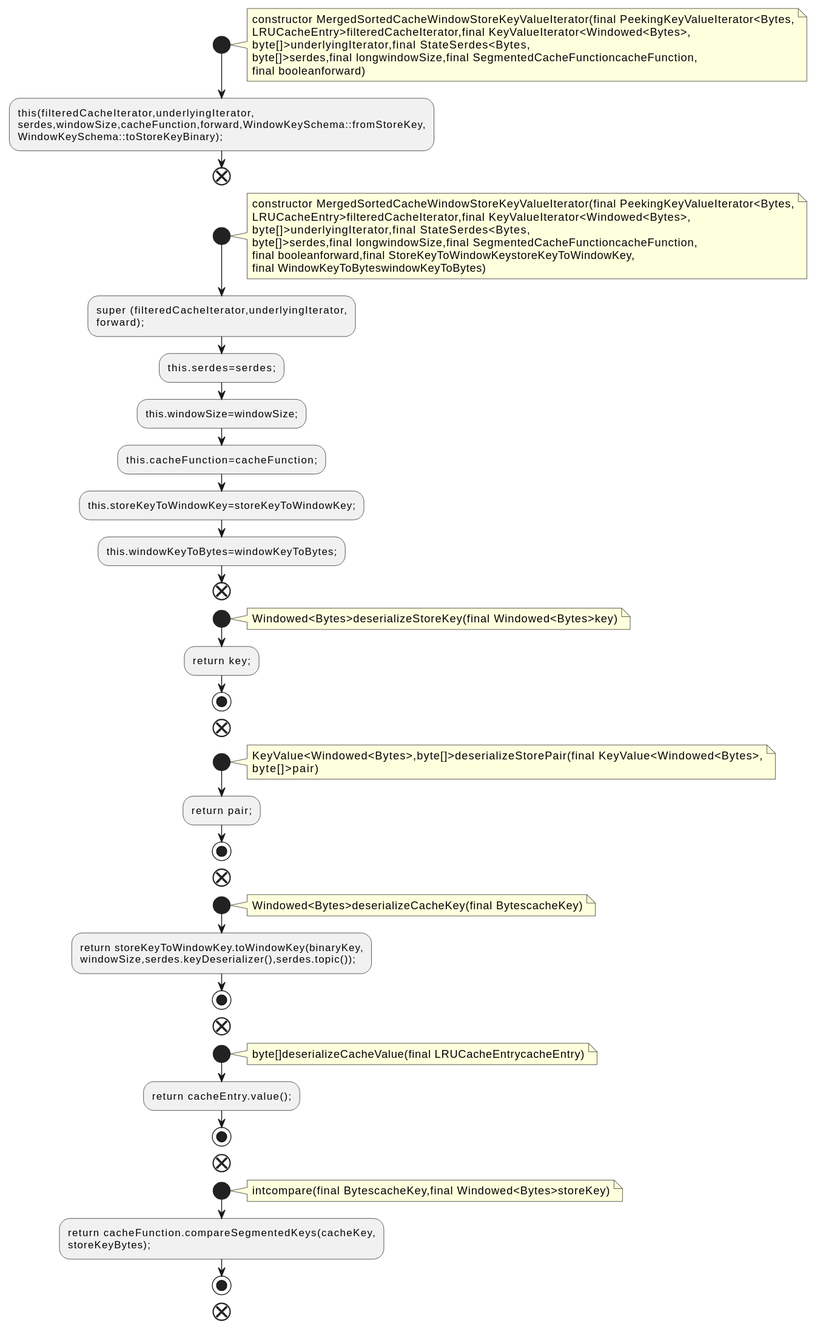
qualitesys/kafka keeps this PlantUML diagram as docs/qc/streams/src/main/java/org/apache/kafka/streams/state/internals/MergedSortedCacheWindowStoreKeyValueIterator.java.fct.svg. Above is the earlier version. Its diagram source:
```plantuml
@startuml
!pragma layout smetana
start
note right
constructor MergedSortedCacheWindowStoreKeyValueIterator(final PeekingKeyValueIterator<Bytes,
LRUCacheEntry>filteredCacheIterator,final KeyValueIterator<Windowed<Bytes>,
byte[]>underlyingIterator,final StateSerdes<Bytes,
byte[]>serdes,final longwindowSize,final SegmentedCacheFunctioncacheFunction,
final booleanforward)
end note
:this(filteredCacheIterator,underlyingIterator,
serdes,windowSize,cacheFunction,forward,WindowKeySchema::fromStoreKey,
WindowKeySchema::toStoreKeyBinary);;
end
start
note right
constructor MergedSortedCacheWindowStoreKeyValueIterator(final PeekingKeyValueIterator<Bytes,
LRUCacheEntry>filteredCacheIterator,final KeyValueIterator<Windowed<Bytes>,
byte[]>underlyingIterator,final StateSerdes<Bytes,
byte[]>serdes,final longwindowSize,final SegmentedCacheFunctioncacheFunction,
final booleanforward,final StoreKeyToWindowKeystoreKeyToWindowKey,
final WindowKeyToByteswindowKeyToBytes)
end note
:super (filteredCacheIterator,underlyingIterator,
forward);;
:this.serdes=serdes;;
:this.windowSize=windowSize;;
:this.cacheFunction=cacheFunction;;
:this.storeKeyToWindowKey=storeKeyToWindowKey;;
:this.windowKeyToBytes=windowKeyToBytes;;
end
start
note right
Windowed<Bytes>deserializeStoreKey(final Windowed<Bytes>key)
end note
:return key;;
stop
end
start
note right
KeyValue<Windowed<Bytes>,byte[]>deserializeStorePair(final KeyValue<Windowed<Bytes>,
byte[]>pair)
end note
:return pair;;
stop
end
start
note right
Windowed<Bytes>deserializeCacheKey(final BytescacheKey)
end note
:return storeKeyToWindowKey.toWindowKey(binaryKey,
windowSize,serdes.keyDeserializer(),serdes.topic());;
stop
end
start
note right
byte[]deserializeCacheValue(final LRUCacheEntrycacheEntry)
end note
:return cacheEntry.value();;
stop
end
start
note right
intcompare(final BytescacheKey,final Windowed<Bytes>storeKey)
end note
:return cacheFunction.compareSegmentedKeys(cacheKey,
storeKeyBytes);;
stop
end
@enduml
```
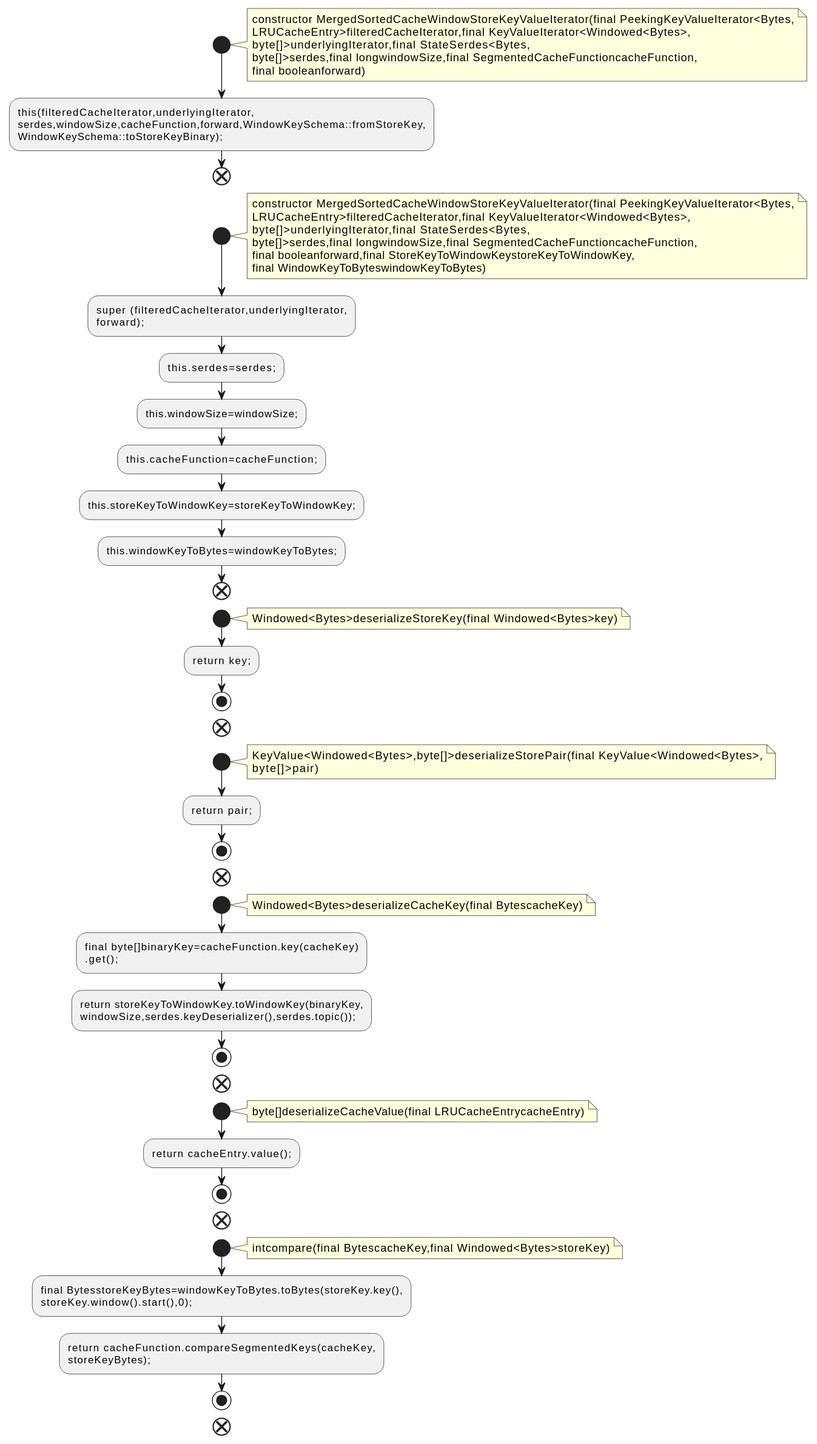
After the commit.

The edit, as a diff of the source:
```diff
@@ -48,6 +48,8 @@
 note right
 Windowed<Bytes>deserializeCacheKey(final BytescacheKey)
 end note
+:final byte[]binaryKey=cacheFunction.key(cacheKey)
+.get();;
 :return storeKeyToWindowKey.toWindowKey(binaryKey,
 windowSize,serdes.keyDeserializer(),serdes.topic());;
 stop
@@ -63,6 +65,8 @@
 note right
 intcompare(final BytescacheKey,final Windowed<Bytes>storeKey)
 end note
+:final BytesstoreKeyBytes=windowKeyToBytes.toBytes(storeKey.key(),
+storeKey.window().start(),0);;
 :return cacheFunction.compareSegmentedKeys(cacheKey,
 storeKeyBytes);;
 stop
```
